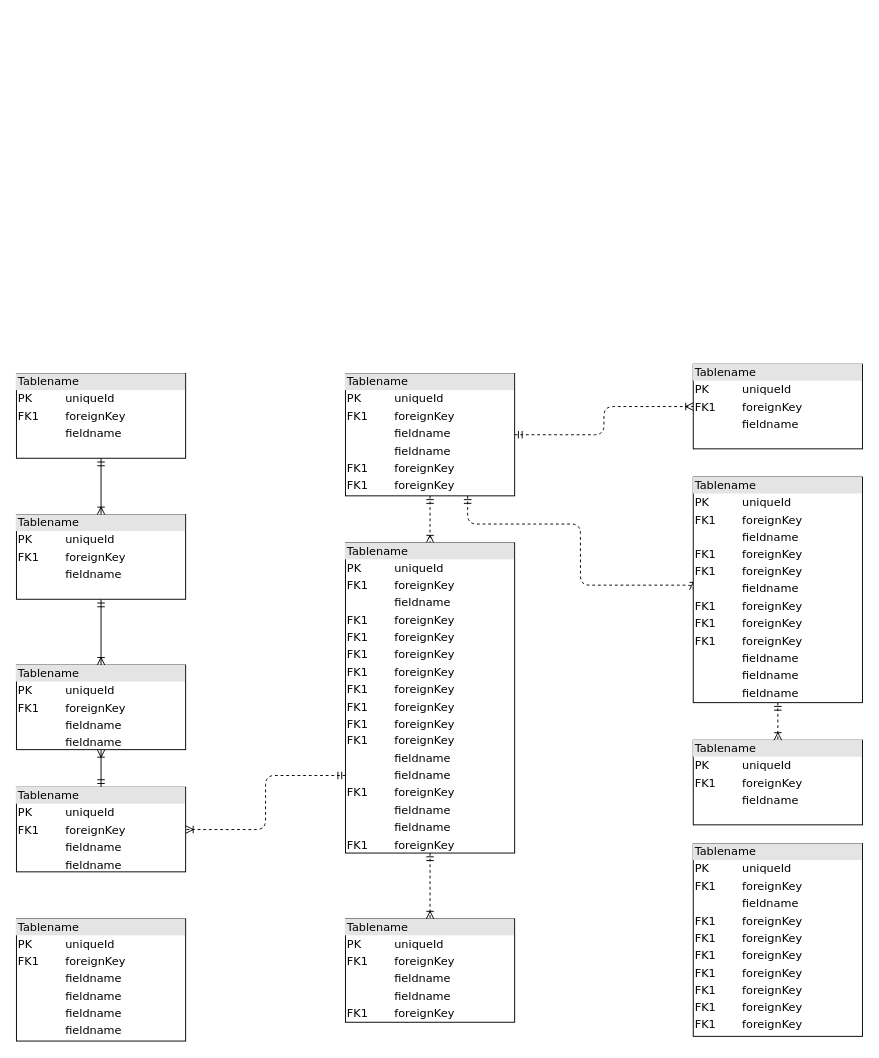
Earlier version of the draw.io diagram datamodel.drawio (leiter-jakab/representme). Source tidied: cells renumbered, new cells numbered last; positions are measured from the earlier drawing's top-left corner, leaving out a move shared by most shapes. Both pictures are drawn from the tidied source at 94%, with x=0, y=0 at pixel (16, 364).
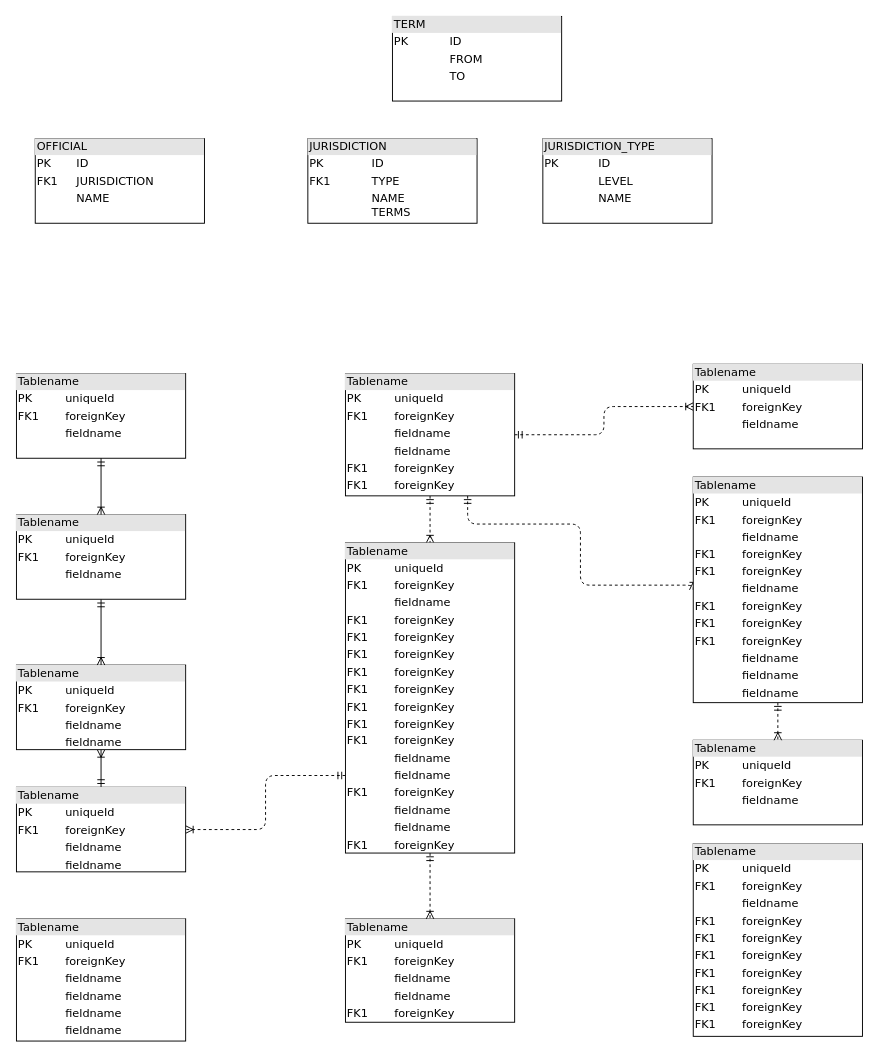
The same diagram, later.

The edit, as a diff of the source:
```diff
@@
+    <mxCell id="23" value="&lt;div style=&quot;box-sizing:border-box;width:100%;background:#e4e4e4;padding:2px;&quot;&gt;OFFICIAL&lt;/div&gt;&lt;table style=&quot;width:100%;font-size:1em;&quot; cellpadding=&quot;2&quot; cellspacing=&quot;0&quot;&gt;&lt;tbody&gt;&lt;tr&gt;&lt;td&gt;PK&lt;/td&gt;&lt;td&gt;ID&lt;/td&gt;&lt;/tr&gt;&lt;tr&gt;&lt;td&gt;FK1&lt;/td&gt;&lt;td&gt;JURISDICTION&lt;/td&gt;&lt;/tr&gt;&lt;tr&gt;&lt;td&gt;&lt;/td&gt;&lt;td&gt;NAME&lt;/td&gt;&lt;/tr&gt;&lt;/tbody&gt;&lt;/table&gt;" style="verticalAlign=top;align=left;overflow=fill;html=1;rounded=0;shadow=0;comic=0;labelBackgroundColor=none;strokeWidth=1;fontFamily=Verdana;fontSize=12;" parent="1" vertex="1">
+      <mxGeometry x="20" y="-240" width="180" height="90" as="geometry" />
+    </mxCell>
+    <mxCell id="24" value="&lt;div style=&quot;box-sizing:border-box;width:100%;background:#e4e4e4;padding:2px;&quot;&gt;JURISDICTION&lt;/div&gt;&lt;table style=&quot;width:100%;font-size:1em;&quot; cellpadding=&quot;2&quot; cellspacing=&quot;0&quot;&gt;&lt;tbody&gt;&lt;tr&gt;&lt;td&gt;PK&lt;/td&gt;&lt;td&gt;ID&lt;/td&gt;&lt;/tr&gt;&lt;tr&gt;&lt;td&gt;FK1&lt;/td&gt;&lt;td&gt;TYPE&lt;/td&gt;&lt;/tr&gt;&lt;tr&gt;&lt;td&gt;&lt;/td&gt;&lt;td&gt;NAME&lt;br&gt;TERMS&lt;/td&gt;&lt;/tr&gt;&lt;/tbody&gt;&lt;/table&gt;" style="verticalAlign=top;align=left;overflow=fill;html=1;rounded=0;shadow=0;comic=0;labelBackgroundColor=none;strokeWidth=1;fontFamily=Verdana;fontSize=12;" parent="1" vertex="1">
+      <mxGeometry x="310" y="-240" width="180" height="90" as="geometry" />
+    </mxCell>
+    <mxCell id="25" value="&lt;div style=&quot;box-sizing:border-box;width:100%;background:#e4e4e4;padding:2px;&quot;&gt;JURISDICTION_TYPE&lt;/div&gt;&lt;table style=&quot;width:100%;font-size:1em;&quot; cellpadding=&quot;2&quot; cellspacing=&quot;0&quot;&gt;&lt;tbody&gt;&lt;tr&gt;&lt;td&gt;PK&lt;/td&gt;&lt;td&gt;ID&lt;/td&gt;&lt;/tr&gt;&lt;tr&gt;&lt;td&gt;&lt;br&gt;&lt;/td&gt;&lt;td&gt;LEVEL&lt;/td&gt;&lt;/tr&gt;&lt;tr&gt;&lt;td&gt;&lt;/td&gt;&lt;td&gt;NAME&lt;/td&gt;&lt;/tr&gt;&lt;/tbody&gt;&lt;/table&gt;" style="verticalAlign=top;align=left;overflow=fill;html=1;rounded=0;shadow=0;comic=0;labelBackgroundColor=none;strokeWidth=1;fontFamily=Verdana;fontSize=12;" parent="1" vertex="1">
+      <mxGeometry x="560" y="-240" width="180" height="90" as="geometry" />
+    </mxCell>
+    <mxCell id="26" value="&lt;div style=&quot;box-sizing:border-box;width:100%;background:#e4e4e4;padding:2px;&quot;&gt;TERM&lt;/div&gt;&lt;table style=&quot;width:100%;font-size:1em;&quot; cellpadding=&quot;2&quot; cellspacing=&quot;0&quot;&gt;&lt;tbody&gt;&lt;tr&gt;&lt;td&gt;PK&lt;/td&gt;&lt;td&gt;ID&lt;/td&gt;&lt;/tr&gt;&lt;tr&gt;&lt;td&gt;&lt;br&gt;&lt;/td&gt;&lt;td&gt;FROM&lt;/td&gt;&lt;/tr&gt;&lt;tr&gt;&lt;td&gt;&lt;/td&gt;&lt;td&gt;TO&lt;/td&gt;&lt;/tr&gt;&lt;/tbody&gt;&lt;/table&gt;" style="verticalAlign=top;align=left;overflow=fill;html=1;rounded=0;shadow=0;comic=0;labelBackgroundColor=none;strokeWidth=1;fontFamily=Verdana;fontSize=12;" parent="1" vertex="1">
+      <mxGeometry x="400" y="-370" width="180" height="90" as="geometry" />
+    </mxCell>
```
